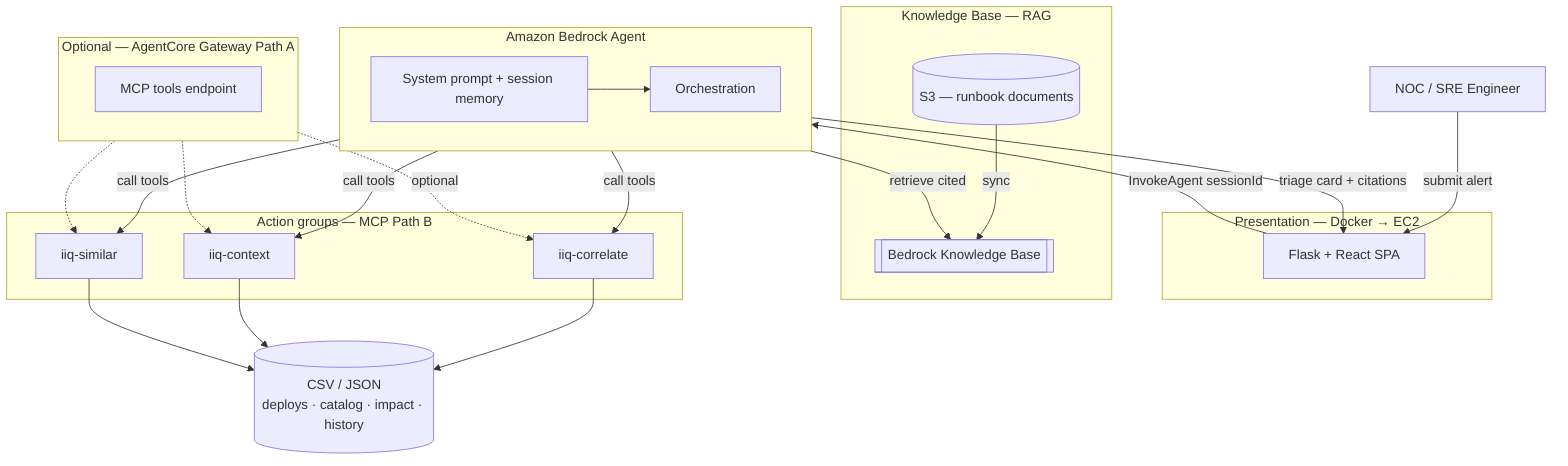
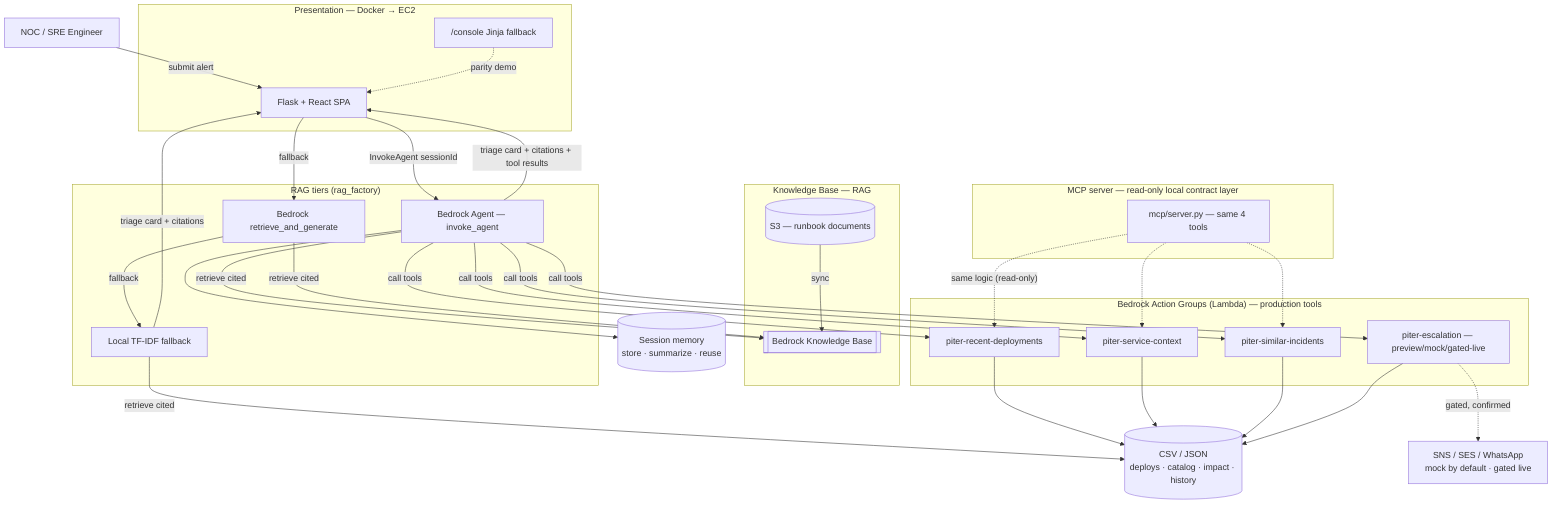
flowchart TB
    User["NOC / SRE Engineer"]

    subgraph UI["Presentation — Docker → EC2"]
        Flask["Flask + React SPA"]
+         Console["/console Jinja fallback"]
    end

-     subgraph Agent["Amazon Bedrock Agent"]
-         Inst["System prompt + session memory"]
-         Orch["Orchestration"]
+     subgraph RAGtier["RAG tiers (rag_factory)"]
+         Agent["Bedrock Agent — invoke_agent"]
+         RnG["Bedrock retrieve_and_generate"]
+         Local["Local TF-IDF fallback"]
    end

    subgraph KBox["Knowledge Base — RAG"]
        KB[["Bedrock Knowledge Base"]]
        S3[("S3 — runbook documents")]
    end

-     subgraph Tools["Action groups — MCP Path B"]
-         L1["iiq-correlate"]
-         L2["iiq-context"]
-         L3["iiq-similar"]
+     subgraph Tools["Bedrock Action Groups (Lambda) — production tools"]
+         L1["piter-recent-deployments"]
+         L2["piter-service-context"]
+         L3["piter-similar-incidents"]
+         L4["piter-escalation — preview/mock/gated-live"]
    end

-     subgraph GWopt["Optional — AgentCore Gateway Path A"]
-         GW["MCP tools endpoint"]
+     subgraph MCPlayer["MCP server — read-only local contract layer"]
+         MCP["mcp/server.py — same 4 tools"]
    end

+     Mem[("Session memory<br/>store · summarize · reuse")]
    Data[("CSV / JSON<br/>deploys · catalog · impact · history")]
+     Notify["SNS / SES / WhatsApp<br/>mock by default · gated live"]

    User -->|"submit alert"| Flask
+     Console -.->|"parity demo"| Flask
    Flask -->|"InvokeAgent sessionId"| Agent
-     Inst --> Orch
+     Flask -->|"fallback"| RnG
+     RnG -->|"fallback"| Local
+     Agent --> Mem
+ 
    Agent -->|"retrieve cited"| KB
+     RnG -->|"retrieve cited"| KB
+     Local -->|"retrieve cited"| Data
    S3 -->|"sync"| KB
+ 
    Agent -->|"call tools"| L1
    Agent -->|"call tools"| L2
    Agent -->|"call tools"| L3
-     GWopt -.->|"optional"| L1
-     GWopt -.-> L2
-     GWopt -.-> L3
+     Agent -->|"call tools"| L4
+     L4 -.->|"gated, confirmed"| Notify
+ 
+     MCP -.->|"same logic (read-only)"| L1
+     MCP -.-> L2
+     MCP -.-> L3
+ 
    L1 --> Data
    L2 --> Data
    L3 --> Data
-     Agent -->|"triage card + citations"| Flask
+     L4 --> Data
+ 
+     Agent -->|"triage card + citations + tool results"| Flask
+     Local -->|"triage card + citations"| Flask
+ 
+     %% Legacy AWS function names iiq-correlate / iiq-context / iiq-similar map 1:1 to piter-* tools.
